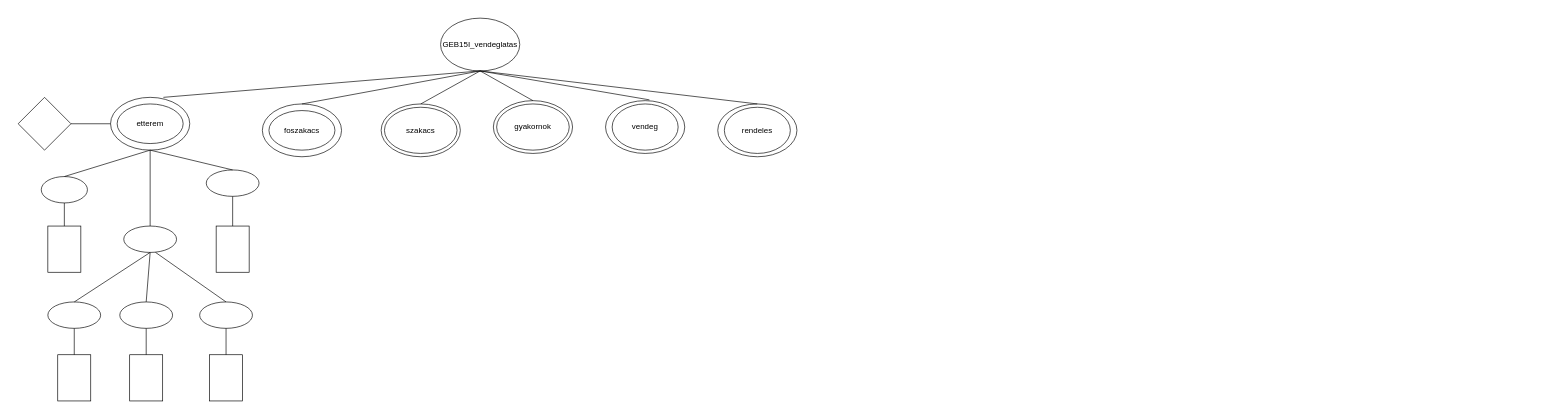
This is GEB15I_1008/GEB15I_vendeglatas.drawio from kdavid16/GEB15IWebXML, a draw.io file, before an edit. Source tidied: cells renumbered, new cells numbered last; positions are measured from the earlier drawing's top-left corner, leaving out a move shared by most shapes. Both pictures are drawn from the tidied source at 66%, with x=0, y=0 at pixel (18, 18).
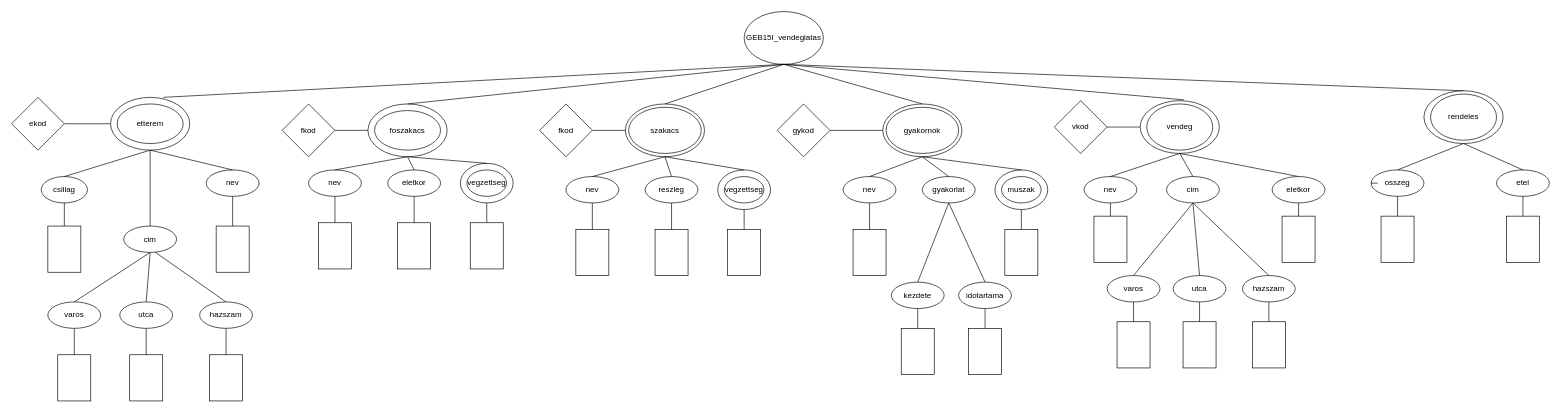
After the change.

Commit message (it also covers changes not shown here):
negyedik gyakorlat

Diff of the diagram source:
```diff
@@
     <mxCell id="2" value="GEB15I_vendeglatas" style="ellipse;whiteSpace=wrap;html=1;" parent="1" vertex="1">
-      <mxGeometry x="640" width="120" height="80" as="geometry" />
+      <mxGeometry x="1100" y="-10" width="120" height="80" as="geometry" />
     </mxCell>
@@
     <mxCell id="5" style="ellipse;whiteSpace=wrap;html=1;" parent="1" vertex="1">
-      <mxGeometry x="370" y="130" width="120" height="80" as="geometry" />
+      <mxGeometry x="530" y="130" width="120" height="80" as="geometry" />
     </mxCell>
     <mxCell id="6" value="foszakacs" style="ellipse;whiteSpace=wrap;html=1;" parent="1" vertex="1">
-      <mxGeometry x="380" y="140" width="100" height="60" as="geometry" />
+      <mxGeometry x="540" y="140" width="100" height="60" as="geometry" />
     </mxCell>
     <mxCell id="7" style="ellipse;whiteSpace=wrap;html=1;" parent="1" vertex="1">
-      <mxGeometry x="550" y="130" width="120" height="80" as="geometry" />
+      <mxGeometry x="920" y="130" width="120" height="80" as="geometry" />
     </mxCell>
     <mxCell id="8" value="szakacs" style="ellipse;whiteSpace=wrap;html=1;" parent="1" vertex="1">
-      <mxGeometry x="555" y="135" width="110" height="70" as="geometry" />
+      <mxGeometry x="925" y="135" width="110" height="70" as="geometry" />
     </mxCell>
     <mxCell id="9" style="ellipse;whiteSpace=wrap;html=1;" parent="1" vertex="1">
-      <mxGeometry x="720" y="125" width="120" height="80" as="geometry" />
+      <mxGeometry x="1310" y="130" width="120" height="80" as="geometry" />
     </mxCell>
     <mxCell id="10" value="gyakornok" style="ellipse;whiteSpace=wrap;html=1;" parent="1" vertex="1">
-      <mxGeometry x="725" y="130" width="110" height="70" as="geometry" />
+      <mxGeometry x="1315" y="135" width="110" height="70" as="geometry" />
     </mxCell>
     <mxCell id="11" style="ellipse;whiteSpace=wrap;html=1;" parent="1" vertex="1">
-      <mxGeometry x="890" y="125" width="120" height="80" as="geometry" />
+      <mxGeometry x="1700" y="125" width="120" height="80" as="geometry" />
     </mxCell>
     <mxCell id="12" value="vendeg" style="ellipse;whiteSpace=wrap;html=1;" parent="1" vertex="1">
-      <mxGeometry x="900" y="130" width="100" height="70" as="geometry" />
+      <mxGeometry x="1710" y="130" width="100" height="70" as="geometry" />
     </mxCell>
     <mxCell id="13" style="ellipse;whiteSpace=wrap;html=1;" parent="1" vertex="1">
-      <mxGeometry x="1060" y="130" width="120" height="80" as="geometry" />
+      <mxGeometry x="2130" y="110" width="120" height="80" as="geometry" />
     </mxCell>
     <mxCell id="14" value="rendeles" style="ellipse;whiteSpace=wrap;html=1;" parent="1" vertex="1">
-      <mxGeometry x="1070" y="135" width="100" height="70" as="geometry" />
+      <mxGeometry x="2140" y="115" width="100" height="70" as="geometry" />
     </mxCell>
@@
-    <mxCell id="21" style="ellipse;whiteSpace=wrap;html=1;" parent="1" vertex="1">
+    <mxCell id="21" value="csillag" style="ellipse;whiteSpace=wrap;html=1;" parent="1" vertex="1">
       <mxGeometry x="35" y="240" width="70" height="40" as="geometry" />
     </mxCell>
-    <mxCell id="22" style="ellipse;whiteSpace=wrap;html=1;" parent="1" vertex="1">
+    <mxCell id="22" value="cim" style="ellipse;whiteSpace=wrap;html=1;" parent="1" vertex="1">
       <mxGeometry x="160" y="315" width="80" height="40" as="geometry" />
     </mxCell>
-    <mxCell id="23" style="ellipse;whiteSpace=wrap;html=1;" parent="1" vertex="1">
+    <mxCell id="23" value="nev" style="ellipse;whiteSpace=wrap;html=1;" parent="1" vertex="1">
       <mxGeometry x="285" y="230" width="80" height="40" as="geometry" />
     </mxCell>
@@
-    <mxCell id="26" style="ellipse;whiteSpace=wrap;html=1;" parent="1" vertex="1">
+    <mxCell id="26" value="varos" style="ellipse;whiteSpace=wrap;html=1;" parent="1" vertex="1">
       <mxGeometry x="45" y="430" width="80" height="40" as="geometry" />
     </mxCell>
-    <mxCell id="27" style="ellipse;whiteSpace=wrap;html=1;" parent="1" vertex="1">
+    <mxCell id="27" value="utca" style="ellipse;whiteSpace=wrap;html=1;" parent="1" vertex="1">
       <mxGeometry x="154" y="430" width="80" height="40" as="geometry" />
     </mxCell>
-    <mxCell id="28" style="ellipse;whiteSpace=wrap;html=1;" parent="1" vertex="1">
+    <mxCell id="28" value="hazszam" style="ellipse;whiteSpace=wrap;html=1;" parent="1" vertex="1">
       <mxGeometry x="275" y="430" width="80" height="40" as="geometry" />
     </mxCell>
@@
-    <mxCell id="32" style="rhombus;whiteSpace=wrap;html=1;" parent="1" vertex="1">
-      <mxGeometry y="120" width="80" height="80" as="geometry" />
+    <mxCell id="32" value="ekod" style="rhombus;whiteSpace=wrap;html=1;" parent="1" vertex="1">
+      <mxGeometry x="-10" y="120" width="80" height="80" as="geometry" />
     </mxCell>
@@
+    <mxCell id="45" style="ellipse;whiteSpace=wrap;html=1;" parent="1" vertex="1">
+      <mxGeometry x="670" y="220" width="80" height="60" as="geometry" />
+    </mxCell>
+    <mxCell id="46" value="vegzettseg" style="ellipse;whiteSpace=wrap;html=1;" parent="1" vertex="1">
+      <mxGeometry x="680" y="230" width="60" height="40" as="geometry" />
+    </mxCell>
+    <mxCell id="47" value="nev" style="ellipse;whiteSpace=wrap;html=1;" parent="1" vertex="1">
+      <mxGeometry x="440" y="230" width="80" height="40" as="geometry" />
+    </mxCell>
+    <mxCell id="48" value="eletkor" style="ellipse;whiteSpace=wrap;html=1;" parent="1" vertex="1">
+      <mxGeometry x="560" y="230" width="80" height="40" as="geometry" />
+    </mxCell>
+    <mxCell id="49" value="fkod" style="rhombus;whiteSpace=wrap;html=1;" parent="1" vertex="1">
+      <mxGeometry x="400" y="130" width="80" height="80" as="geometry" />
+    </mxCell>
+    <mxCell id="50" style="rounded=0;whiteSpace=wrap;html=1;direction=south;" parent="1" vertex="1">
+      <mxGeometry x="455" y="310" width="50" height="70" as="geometry" />
+    </mxCell>
+    <mxCell id="51" style="rounded=0;whiteSpace=wrap;html=1;direction=south;" parent="1" vertex="1">
+      <mxGeometry x="575" y="310" width="50" height="70" as="geometry" />
+    </mxCell>
+    <mxCell id="52" style="rounded=0;whiteSpace=wrap;html=1;direction=south;" parent="1" vertex="1">
+      <mxGeometry x="685" y="310" width="50" height="70" as="geometry" />
+    </mxCell>
+    <mxCell id="53" style="endArrow=none;html=1;rounded=0;exitX=1;exitY=0.5;exitDx=0;exitDy=0;entryX=0;entryY=0.5;entryDx=0;entryDy=0;" parent="1" edge="1" source="49" target="5">
+      <mxGeometry relative="1" as="geometry" />
+    </mxCell>
+    <mxCell id="54" style="endArrow=none;html=1;rounded=0;exitX=0.5;exitY=0;exitDx=0;exitDy=0;entryX=0.5;entryY=1;entryDx=0;entryDy=0;" parent="1" edge="1" source="47" target="5">
+      <mxGeometry relative="1" as="geometry" />
+    </mxCell>
+    <mxCell id="55" style="endArrow=none;html=1;rounded=0;exitX=0.5;exitY=0;exitDx=0;exitDy=0;entryX=0.5;entryY=1;entryDx=0;entryDy=0;" parent="1" edge="1" source="48" target="5">
+      <mxGeometry relative="1" as="geometry" />
+    </mxCell>
+    <mxCell id="56" style="endArrow=none;html=1;rounded=0;exitX=0.5;exitY=0;exitDx=0;exitDy=0;entryX=0.5;entryY=1;entryDx=0;entryDy=0;" parent="1" edge="1" source="45" target="5">
+      <mxGeometry relative="1" as="geometry" />
+    </mxCell>
+    <mxCell id="57" style="endArrow=none;html=1;rounded=0;exitX=0;exitY=0.5;exitDx=0;exitDy=0;entryX=0.5;entryY=1;entryDx=0;entryDy=0;" parent="1" edge="1" source="50" target="47">
+      <mxGeometry relative="1" as="geometry" />
+    </mxCell>
+    <mxCell id="58" style="endArrow=none;html=1;rounded=0;exitX=0;exitY=0.5;exitDx=0;exitDy=0;entryX=0.5;entryY=1;entryDx=0;entryDy=0;" parent="1" edge="1" source="51" target="48">
+      <mxGeometry relative="1" as="geometry" />
+    </mxCell>
+    <mxCell id="59" style="endArrow=none;html=1;rounded=0;exitX=0;exitY=0.5;exitDx=0;exitDy=0;entryX=0.5;entryY=1;entryDx=0;entryDy=0;" parent="1" edge="1" source="52" target="45">
+      <mxGeometry relative="1" as="geometry" />
+    </mxCell>
+    <mxCell id="60" style="ellipse;whiteSpace=wrap;html=1;" parent="1" vertex="1">
+      <mxGeometry x="1060" y="230" width="80" height="60" as="geometry" />
+    </mxCell>
+    <mxCell id="61" value="vegzettseg" style="ellipse;whiteSpace=wrap;html=1;" parent="1" vertex="1">
+      <mxGeometry x="1070" y="240" width="60" height="40" as="geometry" />
+    </mxCell>
+    <mxCell id="62" value="nev" style="ellipse;whiteSpace=wrap;html=1;" parent="1" vertex="1">
+      <mxGeometry x="830" y="240" width="80" height="40" as="geometry" />
+    </mxCell>
+    <mxCell id="63" value="reszleg" style="ellipse;whiteSpace=wrap;html=1;" parent="1" vertex="1">
+      <mxGeometry x="950" y="240" width="80" height="40" as="geometry" />
+    </mxCell>
+    <mxCell id="64" style="rounded=0;whiteSpace=wrap;html=1;direction=south;" parent="1" vertex="1">
+      <mxGeometry x="845" y="320" width="50" height="70" as="geometry" />
+    </mxCell>
+    <mxCell id="65" style="rounded=0;whiteSpace=wrap;html=1;direction=south;" parent="1" vertex="1">
+      <mxGeometry x="965" y="320" width="50" height="70" as="geometry" />
+    </mxCell>
+    <mxCell id="66" style="rounded=0;whiteSpace=wrap;html=1;direction=south;" parent="1" vertex="1">
+      <mxGeometry x="1075" y="320" width="50" height="70" as="geometry" />
+    </mxCell>
+    <mxCell id="67" style="endArrow=none;html=1;rounded=0;exitX=0.5;exitY=0;exitDx=0;exitDy=0;entryX=0.5;entryY=1;entryDx=0;entryDy=0;" parent="1" edge="1" source="62" target="7">
+      <mxGeometry relative="1" as="geometry" />
+    </mxCell>
+    <mxCell id="68" style="endArrow=none;html=1;rounded=0;exitX=0.5;exitY=0;exitDx=0;exitDy=0;entryX=0.5;entryY=1;entryDx=0;entryDy=0;" parent="1" edge="1" source="63" target="7">
+      <mxGeometry relative="1" as="geometry" />
+    </mxCell>
+    <mxCell id="69" style="endArrow=none;html=1;rounded=0;exitX=0.5;exitY=0;exitDx=0;exitDy=0;entryX=0.5;entryY=1;entryDx=0;entryDy=0;" parent="1" edge="1" source="60" target="7">
+      <mxGeometry relative="1" as="geometry" />
+    </mxCell>
+    <mxCell id="70" style="endArrow=none;html=1;rounded=0;exitX=0;exitY=0.5;exitDx=0;exitDy=0;entryX=0.5;entryY=1;entryDx=0;entryDy=0;" parent="1" edge="1" source="64" target="62">
+      <mxGeometry relative="1" as="geometry" />
+    </mxCell>
+    <mxCell id="71" style="endArrow=none;html=1;rounded=0;exitX=0;exitY=0.5;exitDx=0;exitDy=0;entryX=0.5;entryY=1;entryDx=0;entryDy=0;" parent="1" edge="1" source="65" target="63">
+      <mxGeometry relative="1" as="geometry" />
+    </mxCell>
+    <mxCell id="72" style="endArrow=none;html=1;rounded=0;exitX=0;exitY=0.5;exitDx=0;exitDy=0;entryX=0.5;entryY=1;entryDx=0;entryDy=0;" parent="1" edge="1" source="66" target="60">
+      <mxGeometry relative="1" as="geometry" />
+    </mxCell>
+    <mxCell id="73" value="fkod" style="rhombus;whiteSpace=wrap;html=1;" parent="1" vertex="1">
+      <mxGeometry x="790" y="130" width="80" height="80" as="geometry" />
+    </mxCell>
+    <mxCell id="74" style="endArrow=none;html=1;rounded=0;exitX=1;exitY=0.5;exitDx=0;exitDy=0;entryX=0;entryY=0.5;entryDx=0;entryDy=0;" parent="1" edge="1" source="73" target="7">
+      <mxGeometry relative="1" as="geometry" />
+    </mxCell>
+    <mxCell id="75" style="ellipse;whiteSpace=wrap;html=1;" parent="1" vertex="1">
+      <mxGeometry x="1480" y="230" width="80" height="60" as="geometry" />
+    </mxCell>
+    <mxCell id="76" value="muszak" style="ellipse;whiteSpace=wrap;html=1;" parent="1" vertex="1">
+      <mxGeometry x="1490" y="240" width="60" height="40" as="geometry" />
+    </mxCell>
+    <mxCell id="77" value="nev" style="ellipse;whiteSpace=wrap;html=1;" parent="1" vertex="1">
+      <mxGeometry x="1250" y="240" width="80" height="40" as="geometry" />
+    </mxCell>
+    <mxCell id="78" value="gyakorlat" style="ellipse;whiteSpace=wrap;html=1;" parent="1" vertex="1">
+      <mxGeometry x="1370" y="240" width="80" height="40" as="geometry" />
+    </mxCell>
+    <mxCell id="79" style="rounded=0;whiteSpace=wrap;html=1;direction=south;" parent="1" vertex="1">
+      <mxGeometry x="1265" y="320" width="50" height="70" as="geometry" />
+    </mxCell>
+    <mxCell id="80" style="rounded=0;whiteSpace=wrap;html=1;direction=south;" parent="1" vertex="1">
+      <mxGeometry x="1495" y="320" width="50" height="70" as="geometry" />
+    </mxCell>
+    <mxCell id="81" style="endArrow=none;html=1;rounded=0;exitX=0;exitY=0.5;exitDx=0;exitDy=0;entryX=0.5;entryY=1;entryDx=0;entryDy=0;" parent="1" edge="1" source="79" target="77">
+      <mxGeometry relative="1" as="geometry" />
+    </mxCell>
+    <mxCell id="82" style="endArrow=none;html=1;rounded=0;exitX=0;exitY=0.5;exitDx=0;exitDy=0;entryX=0.5;entryY=1;entryDx=0;entryDy=0;" parent="1" edge="1" source="80" target="75">
+      <mxGeometry relative="1" as="geometry" />
+    </mxCell>
+    <mxCell id="83" value="gykod" style="rhombus;whiteSpace=wrap;html=1;" parent="1" vertex="1">
+      <mxGeometry x="1150" y="130" width="80" height="80" as="geometry" />
+    </mxCell>
+    <mxCell id="84" style="endArrow=none;html=1;rounded=0;entryX=1;entryY=0.5;entryDx=0;entryDy=0;exitX=0;exitY=0.5;exitDx=0;exitDy=0;" parent="1" edge="1" source="9" target="83">
+      <mxGeometry relative="1" as="geometry" />
+    </mxCell>
+    <mxCell id="85" value="idotartama" style="ellipse;whiteSpace=wrap;html=1;" parent="1" vertex="1">
+      <mxGeometry x="1425" y="400" width="80" height="40" as="geometry" />
+    </mxCell>
+    <mxCell id="86" value="kezdete" style="ellipse;whiteSpace=wrap;html=1;" parent="1" vertex="1">
+      <mxGeometry x="1323" y="400" width="80" height="40" as="geometry" />
+    </mxCell>
+    <mxCell id="87" style="rounded=0;whiteSpace=wrap;html=1;direction=south;" parent="1" vertex="1">
+      <mxGeometry x="1440" y="470" width="50" height="70" as="geometry" />
+    </mxCell>
+    <mxCell id="88" style="rounded=0;whiteSpace=wrap;html=1;direction=south;" parent="1" vertex="1">
+      <mxGeometry x="1338" y="470" width="50" height="70" as="geometry" />
+    </mxCell>
+    <mxCell id="89" style="endArrow=none;html=1;rounded=0;exitX=0.5;exitY=0;exitDx=0;exitDy=0;entryX=0.5;entryY=1;entryDx=0;entryDy=0;" parent="1" edge="1" source="86" target="78">
+      <mxGeometry relative="1" as="geometry" />
+    </mxCell>
+    <mxCell id="90" style="endArrow=none;html=1;rounded=0;exitX=0.5;exitY=0;exitDx=0;exitDy=0;entryX=0.5;entryY=1;entryDx=0;entryDy=0;" parent="1" edge="1" source="85" target="78">
+      <mxGeometry relative="1" as="geometry" />
+    </mxCell>
+    <mxCell id="91" style="endArrow=none;html=1;rounded=0;exitX=0;exitY=0.5;exitDx=0;exitDy=0;entryX=0.5;entryY=1;entryDx=0;entryDy=0;" parent="1" edge="1" source="88" target="86">
+      <mxGeometry relative="1" as="geometry" />
+    </mxCell>
+    <mxCell id="92" style="endArrow=none;html=1;rounded=0;exitX=0;exitY=0.5;exitDx=0;exitDy=0;entryX=0.5;entryY=1;entryDx=0;entryDy=0;" parent="1" edge="1" source="87" target="85">
+      <mxGeometry relative="1" as="geometry" />
+    </mxCell>
+    <mxCell id="93" style="endArrow=none;html=1;rounded=0;exitX=0.5;exitY=0;exitDx=0;exitDy=0;entryX=0.5;entryY=1;entryDx=0;entryDy=0;" parent="1" edge="1" source="77" target="9">
+      <mxGeometry relative="1" as="geometry" />
+    </mxCell>
+    <mxCell id="94" style="endArrow=none;html=1;rounded=0;exitX=0.5;exitY=0;exitDx=0;exitDy=0;" parent="1" edge="1" source="78">
+      <mxGeometry relative="1" as="geometry">
+        <mxPoint x="1370" y="210" as="targetPoint" />
+      </mxGeometry>
+    </mxCell>
+    <mxCell id="95" style="endArrow=none;html=1;rounded=0;exitX=0.5;exitY=0;exitDx=0;exitDy=0;entryX=0.5;entryY=1;entryDx=0;entryDy=0;" parent="1" edge="1" source="75" target="9">
+      <mxGeometry relative="1" as="geometry" />
+    </mxCell>
+    <mxCell id="96" value="nev" style="ellipse;whiteSpace=wrap;html=1;" parent="1" vertex="1">
+      <mxGeometry x="1615" y="240" width="80" height="40" as="geometry" />
+    </mxCell>
+    <mxCell id="97" value="cim" style="ellipse;whiteSpace=wrap;html=1;" parent="1" vertex="1">
+      <mxGeometry x="1740" y="240" width="80" height="40" as="geometry" />
+    </mxCell>
+    <mxCell id="98" style="rounded=0;whiteSpace=wrap;html=1;direction=south;" parent="1" vertex="1">
+      <mxGeometry x="1630" y="300" width="50" height="70" as="geometry" />
+    </mxCell>
+    <mxCell id="99" style="rounded=0;whiteSpace=wrap;html=1;direction=south;" parent="1" vertex="1">
+      <mxGeometry x="1915" y="300" width="50" height="70" as="geometry" />
+    </mxCell>
+    <mxCell id="100" style="endArrow=none;html=1;rounded=0;exitX=0;exitY=0.5;exitDx=0;exitDy=0;entryX=0.5;entryY=1;entryDx=0;entryDy=0;" parent="1" edge="1" source="98" target="96">
+      <mxGeometry relative="1" as="geometry" />
+    </mxCell>
+    <mxCell id="101" style="endArrow=none;html=1;rounded=0;exitX=0;exitY=0.5;exitDx=0;exitDy=0;entryX=0.5;entryY=1;entryDx=0;entryDy=0;" parent="1" edge="1" source="99" target="115">
+      <mxGeometry relative="1" as="geometry" />
+    </mxCell>
+    <mxCell id="102" value="utca" style="ellipse;whiteSpace=wrap;html=1;" parent="1" vertex="1">
+      <mxGeometry x="1750" y="390" width="80" height="40" as="geometry" />
+    </mxCell>
+    <mxCell id="103" value="varos" style="ellipse;whiteSpace=wrap;html=1;" parent="1" vertex="1">
+      <mxGeometry x="1650" y="390" width="80" height="40" as="geometry" />
+    </mxCell>
+    <mxCell id="104" style="rounded=0;whiteSpace=wrap;html=1;direction=south;" parent="1" vertex="1">
+      <mxGeometry x="1765" y="460" width="50" height="70" as="geometry" />
+    </mxCell>
+    <mxCell id="105" style="rounded=0;whiteSpace=wrap;html=1;direction=south;" parent="1" vertex="1">
+      <mxGeometry x="1665" y="460" width="50" height="70" as="geometry" />
+    </mxCell>
+    <mxCell id="106" style="endArrow=none;html=1;rounded=0;exitX=0.5;exitY=0;exitDx=0;exitDy=0;entryX=0.5;entryY=1;entryDx=0;entryDy=0;" parent="1" edge="1" source="103" target="97">
+      <mxGeometry relative="1" as="geometry" />
+    </mxCell>
+    <mxCell id="107" style="endArrow=none;html=1;rounded=0;exitX=0.5;exitY=0;exitDx=0;exitDy=0;entryX=0.5;entryY=1;entryDx=0;entryDy=0;" parent="1" edge="1" source="102" target="97">
+      <mxGeometry relative="1" as="geometry" />
+    </mxCell>
+    <mxCell id="108" style="endArrow=none;html=1;rounded=0;exitX=0;exitY=0.5;exitDx=0;exitDy=0;entryX=0.5;entryY=1;entryDx=0;entryDy=0;" parent="1" edge="1" source="105" target="103">
+      <mxGeometry relative="1" as="geometry" />
+    </mxCell>
+    <mxCell id="109" style="endArrow=none;html=1;rounded=0;exitX=0;exitY=0.5;exitDx=0;exitDy=0;entryX=0.5;entryY=1;entryDx=0;entryDy=0;" parent="1" edge="1" source="104" target="102">
+      <mxGeometry relative="1" as="geometry" />
+    </mxCell>
+    <mxCell id="110" style="endArrow=none;html=1;rounded=0;exitX=0.5;exitY=0;exitDx=0;exitDy=0;entryX=0.5;entryY=1;entryDx=0;entryDy=0;" parent="1" edge="1" source="96" target="11">
+      <mxGeometry relative="1" as="geometry" />
+    </mxCell>
+    <mxCell id="111" style="endArrow=none;html=1;rounded=0;exitX=0.5;exitY=0;exitDx=0;exitDy=0;entryX=0.5;entryY=1;entryDx=0;entryDy=0;" parent="1" edge="1" source="97" target="11">
+      <mxGeometry relative="1" as="geometry" />
+    </mxCell>
+    <mxCell id="112" style="endArrow=none;html=1;rounded=0;exitX=0.5;exitY=0;exitDx=0;exitDy=0;entryX=0.5;entryY=1;entryDx=0;entryDy=0;" parent="1" edge="1" source="115" target="11">
+      <mxGeometry relative="1" as="geometry" />
+    </mxCell>
+    <mxCell id="113" value="vkod" style="rhombus;whiteSpace=wrap;html=1;" parent="1" vertex="1">
+      <mxGeometry x="1570" y="125" width="80" height="80" as="geometry" />
+    </mxCell>
+    <mxCell id="114" style="endArrow=none;html=1;rounded=0;exitX=1;exitY=0.5;exitDx=0;exitDy=0;entryX=0;entryY=0.5;entryDx=0;entryDy=0;" parent="1" edge="1" source="113" target="11">
+      <mxGeometry relative="1" as="geometry" />
+    </mxCell>
+    <mxCell id="115" value="eletkor" style="ellipse;whiteSpace=wrap;html=1;" parent="1" vertex="1">
+      <mxGeometry x="1900" y="240" width="80" height="40" as="geometry" />
+    </mxCell>
+    <mxCell id="116" value="hazszam" style="ellipse;whiteSpace=wrap;html=1;" parent="1" vertex="1">
+      <mxGeometry x="1855" y="390" width="80" height="40" as="geometry" />
+    </mxCell>
+    <mxCell id="117" style="endArrow=none;html=1;rounded=0;exitX=0.5;exitY=0;exitDx=0;exitDy=0;entryX=0.5;entryY=1;entryDx=0;entryDy=0;" parent="1" edge="1" source="116" target="97">
+      <mxGeometry relative="1" as="geometry" />
+    </mxCell>
+    <mxCell id="118" style="rounded=0;whiteSpace=wrap;html=1;direction=south;" parent="1" vertex="1">
+      <mxGeometry x="1870" y="460" width="50" height="70" as="geometry" />
+    </mxCell>
+    <mxCell id="119" style="endArrow=none;html=1;rounded=0;exitX=0;exitY=0.5;exitDx=0;exitDy=0;entryX=0.5;entryY=1;entryDx=0;entryDy=0;" parent="1" edge="1" source="118" target="116">
+      <mxGeometry relative="1" as="geometry" />
+    </mxCell>
+    <mxCell id="120" value="osszeg" style="ellipse;whiteSpace=wrap;html=1;" parent="1" vertex="1">
+      <mxGeometry x="2050" y="230" width="80" height="40" as="geometry" />
+    </mxCell>
+    <mxCell id="121" value="etel" style="ellipse;whiteSpace=wrap;html=1;" parent="1" vertex="1">
+      <mxGeometry x="2240" y="230" width="80" height="40" as="geometry" />
+    </mxCell>
+    <mxCell id="122" style="rounded=0;whiteSpace=wrap;html=1;direction=south;" parent="1" vertex="1">
+      <mxGeometry x="2065" y="300" width="50" height="70" as="geometry" />
+    </mxCell>
+    <mxCell id="123" style="rounded=0;whiteSpace=wrap;html=1;direction=south;" parent="1" vertex="1">
+      <mxGeometry x="2255" y="300" width="50" height="70" as="geometry" />
+    </mxCell>
+    <mxCell id="124" style="endArrow=none;html=1;rounded=0;exitX=0;exitY=0.5;exitDx=0;exitDy=0;entryX=0.5;entryY=1;entryDx=0;entryDy=0;" parent="1" edge="1" source="122" target="120">
+      <mxGeometry relative="1" as="geometry" />
+    </mxCell>
+    <mxCell id="125" style="endArrow=none;html=1;rounded=0;exitX=0;exitY=0.5;exitDx=0;exitDy=0;entryX=0.5;entryY=1;entryDx=0;entryDy=0;" parent="1" edge="1" source="123" target="121">
+      <mxGeometry relative="1" as="geometry" />
+    </mxCell>
+    <mxCell id="126" style="endArrow=none;html=1;rounded=0;" parent="1" edge="1" source="120">
+      <mxGeometry relative="1" as="geometry">
+        <mxPoint x="2060" y="250" as="targetPoint" />
+      </mxGeometry>
+    </mxCell>
+    <mxCell id="127" style="endArrow=none;html=1;rounded=0;exitX=0.5;exitY=0;exitDx=0;exitDy=0;" parent="1" edge="1" source="120">
+      <mxGeometry relative="1" as="geometry">
+        <mxPoint x="2190" y="190" as="targetPoint" />
+      </mxGeometry>
+    </mxCell>
+    <mxCell id="128" style="endArrow=none;html=1;rounded=0;exitX=0.5;exitY=0;exitDx=0;exitDy=0;entryX=0.5;entryY=1;entryDx=0;entryDy=0;" parent="1" edge="1" source="121" target="13">
+      <mxGeometry relative="1" as="geometry" />
+    </mxCell>
```
